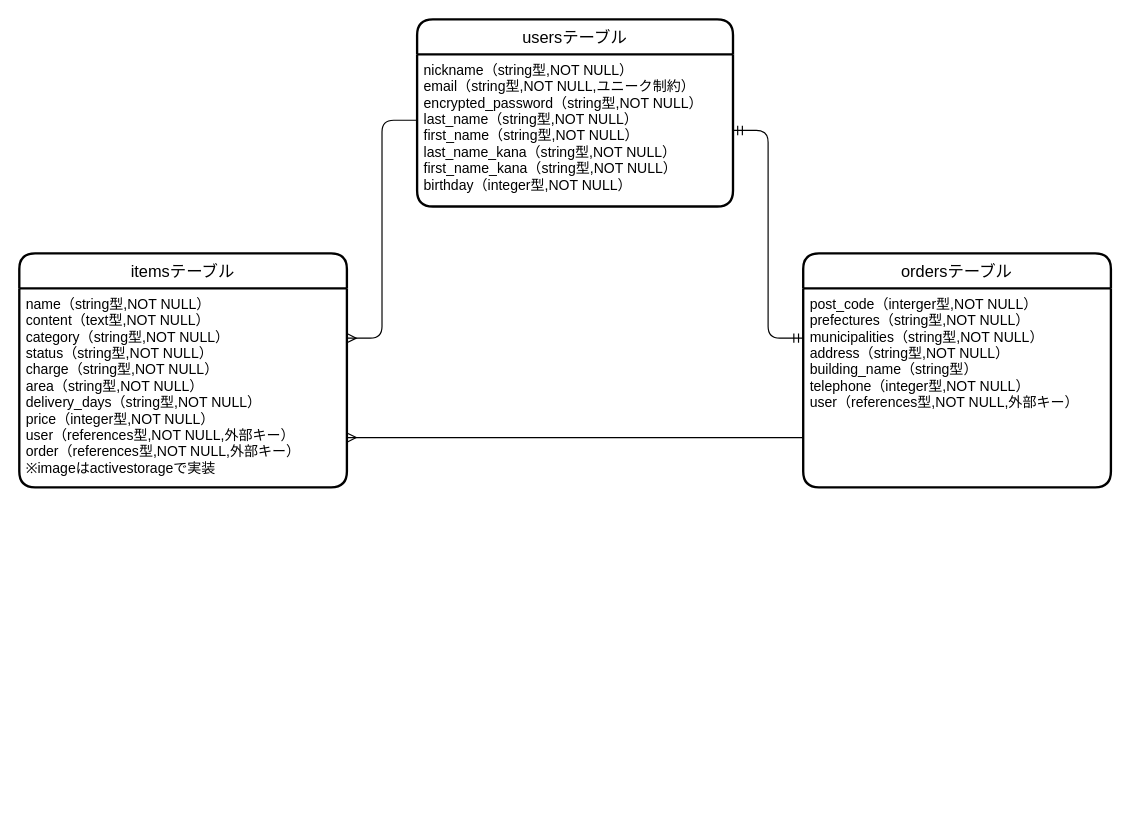
Above: furima.dio in sugisanize/furima-38529 (draw.io), before the change. Source tidied: cells renumbered, new cells numbered last; positions are measured from the earlier drawing's top-left corner, leaving out a move shared by most shapes. Both pictures are drawn from the tidied source at 117%, with x=0, y=0 at pixel (19, 19).
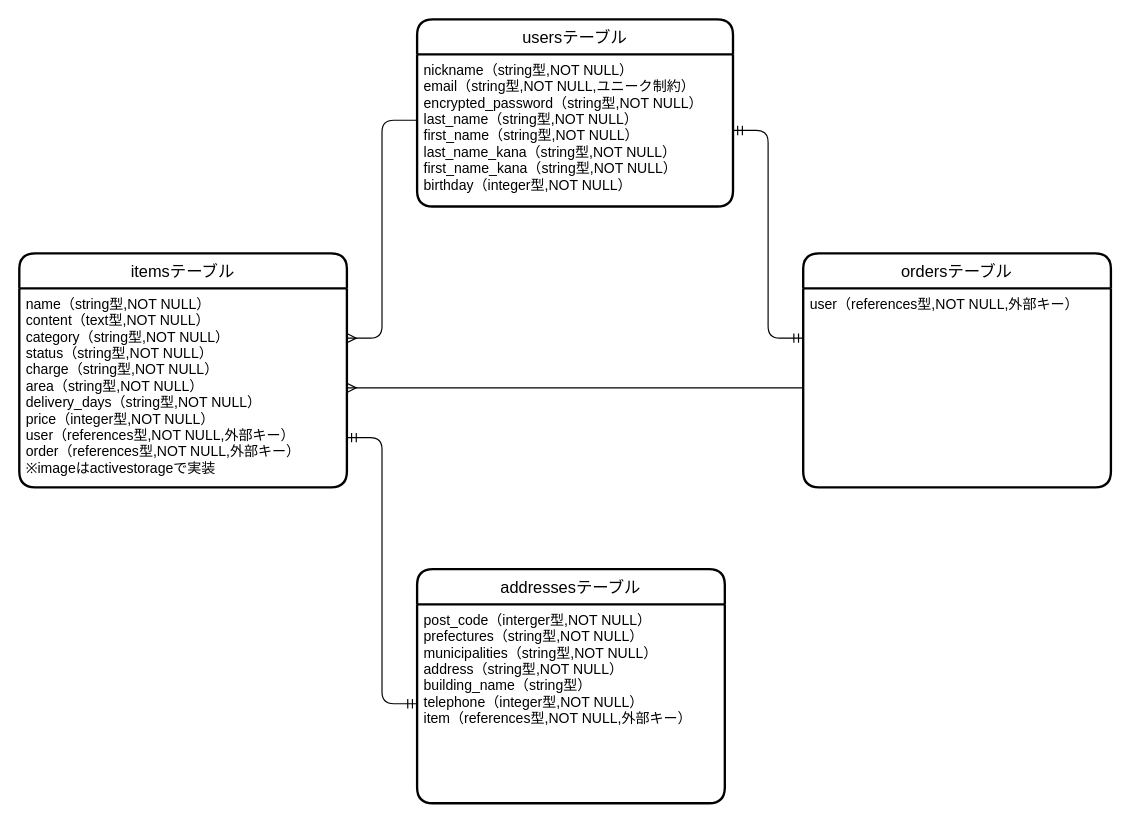
After the change.

Commit message (it also covers changes not shown here):
データベース設計（修正#1-2)

What changed in the source:
```diff
@@
 <mxGraphModel>
   <root>
     <mxCell id="0" />
     <mxCell id="1" parent="0" />
     <mxCell id="2" value="usersテーブル" style="swimlane;horizontal=1;startSize=30;rounded=1;fontSize=14;fontStyle=0;strokeWidth=2;shadow=0;dashed=0;align=center;" parent="1" vertex="1">
       <mxGeometry x="340" width="270" height="160" as="geometry" />
     </mxCell>
     <mxCell id="3" value="nickname（string型,NOT NULL）&#10;email（string型,NOT NULL,ユニーク制約）&#10;encrypted_password（string型,NOT NULL）&#10;last_name（string型,NOT NULL）&#10;first_name（string型,NOT NULL）&#10;last_name_kana（string型,NOT NULL）&#10;first_name_kana（string型,NOT NULL）&#10;birthday（integer型,NOT NULL）" style="align=left;strokeColor=none;fillColor=none;spacingLeft=4;fontSize=12;verticalAlign=top;" parent="2" vertex="1">
       <mxGeometry y="30" width="270" height="130" as="geometry" />
     </mxCell>
     <mxCell id="4" value="itemsテーブル" style="swimlane;horizontal=1;startSize=30;rounded=1;fontSize=14;fontStyle=0;strokeWidth=2;shadow=0;dashed=0;align=center;" parent="1" vertex="1">
       <mxGeometry y="200" width="280" height="200" as="geometry" />
     </mxCell>
     <mxCell id="5" value="name（string型,NOT NULL）&#10;content（text型,NOT NULL）&#10;category（string型,NOT NULL）&#10;status（string型,NOT NULL）&#10;charge（string型,NOT NULL）&#10;area（string型,NOT NULL）&#10;delivery_days（string型,NOT NULL）&#10;price（integer型,NOT NULL）&#10;user（references型,NOT NULL,外部キー）&#10;order（references型,NOT NULL,外部キー）&#10;※imageはactivestorageで実装" style="align=left;strokeColor=none;fillColor=none;spacingLeft=4;fontSize=12;verticalAlign=top;" parent="4" vertex="1">
       <mxGeometry y="30" width="280" height="170" as="geometry" />
     </mxCell>
     <mxCell id="6" value="ordersテーブル" style="swimlane;horizontal=1;startSize=30;rounded=1;fontSize=14;fontStyle=0;strokeWidth=2;shadow=0;dashed=0;align=center;" parent="1" vertex="1">
       <mxGeometry x="670" y="200" width="263" height="200" as="geometry" />
     </mxCell>
-    <mxCell id="7" value="post_code（interger型,NOT NULL）&#10;prefectures（string型,NOT NULL）&#10;municipalities（string型,NOT NULL）&#10;address（string型,NOT NULL）&#10;building_name（string型）&#10;telephone（integer型,NOT NULL）&#10;user（references型,NOT NULL,外部キー）" style="align=left;strokeColor=none;fillColor=none;spacingLeft=4;fontSize=12;verticalAlign=top;" parent="6" vertex="1">
+    <mxCell id="7" value="user（references型,NOT NULL,外部キー）" style="align=left;strokeColor=none;fillColor=none;spacingLeft=4;fontSize=12;verticalAlign=top;" parent="6" vertex="1">
       <mxGeometry y="30" width="263" height="170" as="geometry" />
     </mxCell>
     <mxCell id="8" style="edgeStyle=entityRelationEdgeStyle;fontSize=12;html=1;endArrow=ERmany;entryX=1;entryY=0.25;entryDx=0;entryDy=0;exitX=0;exitY=0.433;exitDx=0;exitDy=0;exitPerimeter=0;" parent="1" edge="1" source="3" target="5">
       <mxGeometry relative="1" as="geometry" />
     </mxCell>
+    <mxCell id="10" style="edgeStyle=entityRelationEdgeStyle;fontSize=12;html=1;endArrow=ERmandOne;startArrow=ERmandOne;entryX=0;entryY=0.25;entryDx=0;entryDy=0;exitX=1;exitY=0.5;exitDx=0;exitDy=0;" parent="1" edge="1" source="3" target="7">
+      <mxGeometry relative="1" as="geometry" />
+    </mxCell>
+    <mxCell id="11" value="addressesテーブル" style="swimlane;horizontal=1;startSize=30;rounded=1;fontSize=14;fontStyle=0;strokeWidth=2;shadow=0;dashed=0;align=center;" parent="1" vertex="1">
+      <mxGeometry x="340" y="470" width="263" height="200" as="geometry" />
+    </mxCell>
+    <mxCell id="12" value="post_code（interger型,NOT NULL）&#10;prefectures（string型,NOT NULL）&#10;municipalities（string型,NOT NULL）&#10;address（string型,NOT NULL）&#10;building_name（string型）&#10;telephone（integer型,NOT NULL）&#10;item（references型,NOT NULL,外部キー）" style="align=left;strokeColor=none;fillColor=none;spacingLeft=4;fontSize=12;verticalAlign=top;" parent="11" vertex="1">
+      <mxGeometry y="30" width="263" height="170" as="geometry" />
+    </mxCell>
+    <mxCell id="13" style="edgeStyle=entityRelationEdgeStyle;fontSize=12;html=1;endArrow=ERmandOne;startArrow=ERmandOne;exitX=0;exitY=0.5;exitDx=0;exitDy=0;entryX=1;entryY=0.75;entryDx=0;entryDy=0;" parent="1" edge="1" source="12" target="5">
+      <mxGeometry relative="1" as="geometry" />
+    </mxCell>
-    <mxCell id="9" style="edgeStyle=entityRelationEdgeStyle;fontSize=12;html=1;endArrow=ERmany;exitX=0;exitY=0.75;exitDx=0;exitDy=0;entryX=1;entryY=0.75;entryDx=0;entryDy=0;" parent="1" edge="1" source="7" target="5">
+    <mxCell id="9" style="edgeStyle=entityRelationEdgeStyle;fontSize=12;html=1;endArrow=ERmany;exitX=0;exitY=0.5;exitDx=0;exitDy=0;entryX=1;entryY=0.5;entryDx=0;entryDy=0;" parent="1" edge="1" source="7" target="5">
       <mxGeometry relative="1" as="geometry" />
     </mxCell>
-    <mxCell id="10" style="edgeStyle=entityRelationEdgeStyle;fontSize=12;html=1;endArrow=ERmandOne;startArrow=ERmandOne;entryX=0;entryY=0.25;entryDx=0;entryDy=0;exitX=1;exitY=0.5;exitDx=0;exitDy=0;" parent="1" edge="1" source="3" target="7">
-      <mxGeometry relative="1" as="geometry" />
-    </mxCell>
   </root>
 </mxGraphModel>
```
